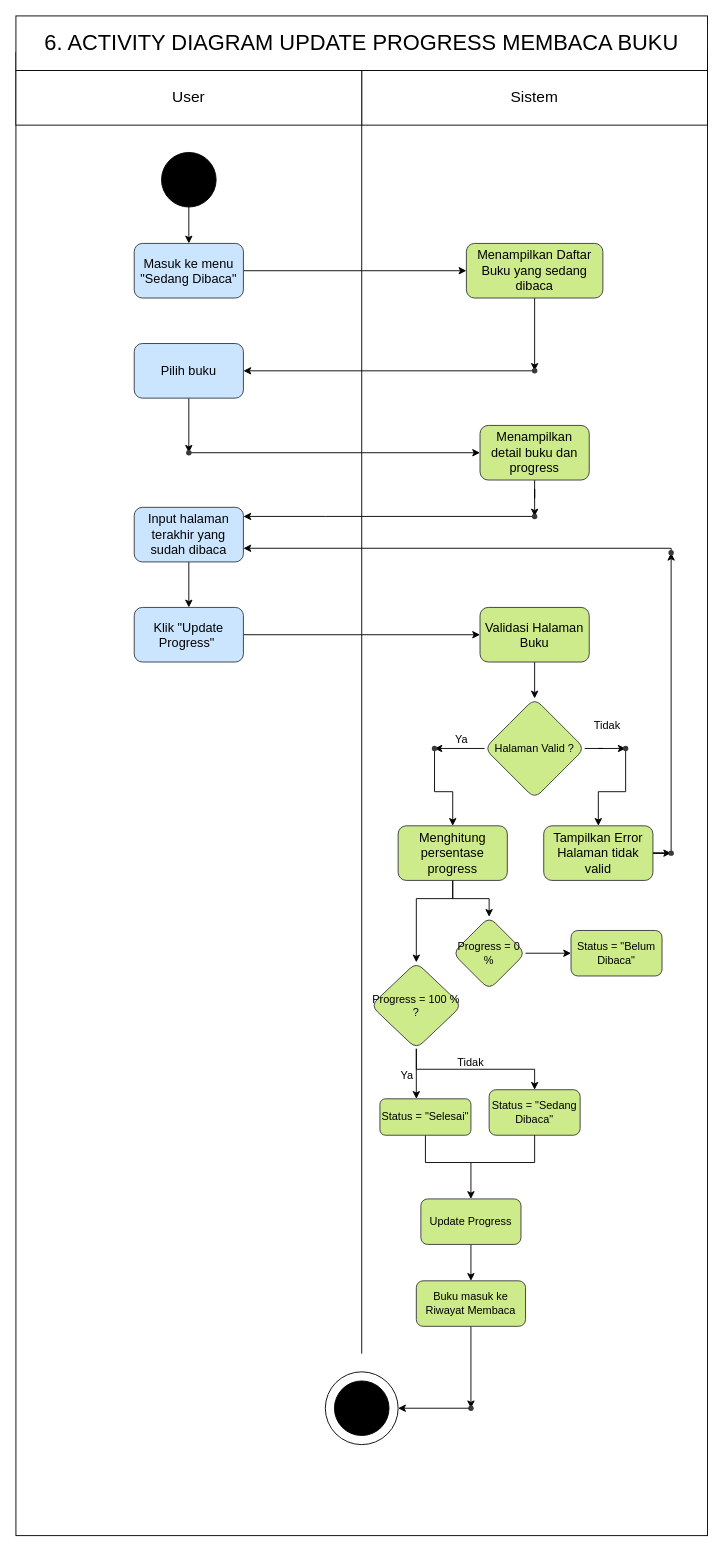
Above: UML/ACTIVITY DIAGRAM/UPDATE_PROGRESS_BUKU_Diagram.drawio in dandyramadhan/kel4_RPL_R7P (draw.io), before the change. Source tidied: cells renumbered, new cells numbered last; positions are measured from the earlier drawing's top-left corner, leaving out a move shared by most shapes. Both pictures are drawn from the tidied source at 91%, with x=0, y=0 at pixel (15, 15).
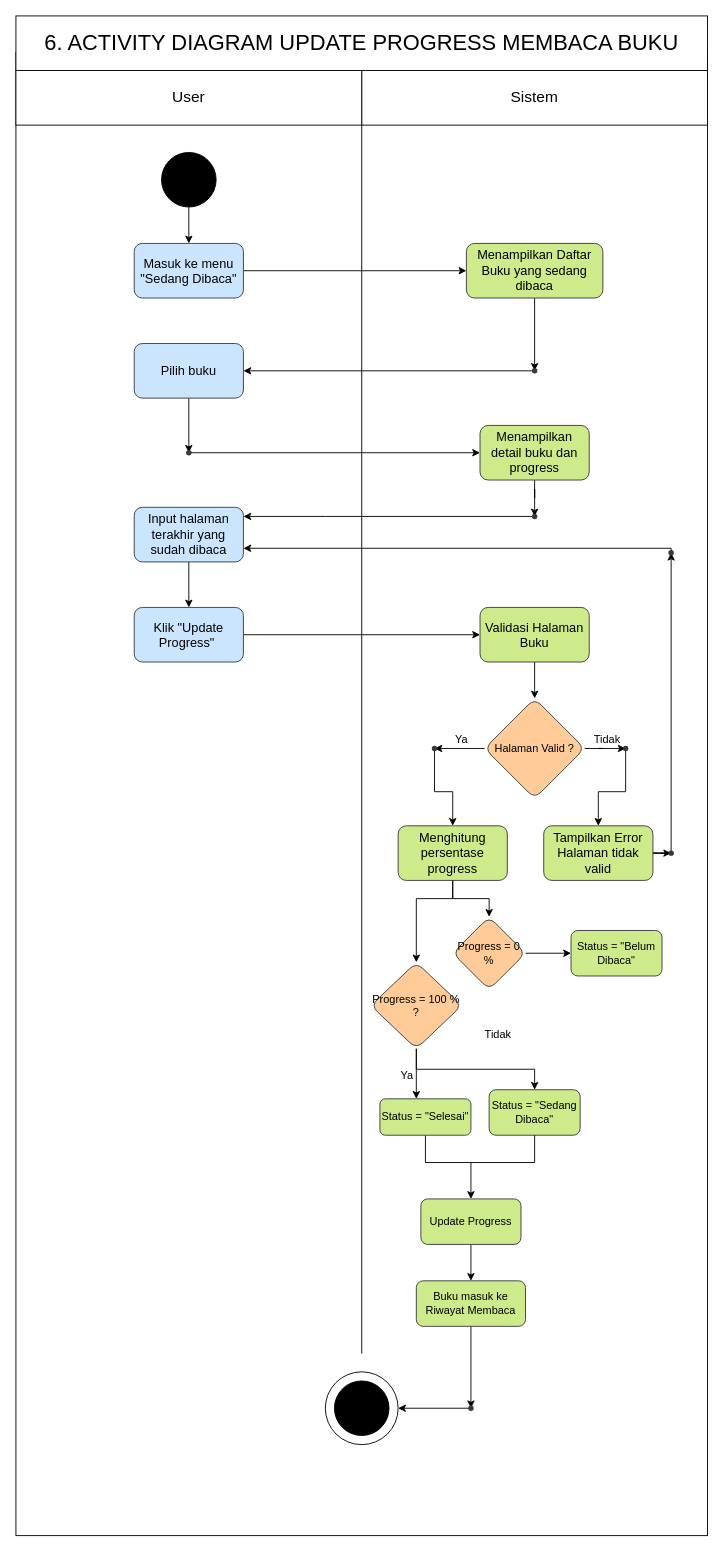
Above is the later version.

Commit message (it also covers changes not shown here):
update Activity Diagram

Diff of the diagram source:
```diff
@@
-    <mxCell id="31" value="Halaman Valid ?" style="rhombus;whiteSpace=wrap;html=1;shapeInside=1;rounded=1;roundedPerimeter=1;fillColor=#cdeb8b;strokeColor=#36393d;" parent="1" vertex="1">
+    <mxCell id="31" value="Halaman Valid ?" style="rhombus;whiteSpace=wrap;html=1;shapeInside=1;rounded=1;roundedPerimeter=1;fillColor=#ffcc99;strokeColor=#36393d;" parent="1" vertex="1">
       <mxGeometry x="515" y="750" width="110" height="110" as="geometry" />
     </mxCell>
@@
     <mxCell id="40" value="&lt;font&gt;Tidak&lt;/font&gt;" style="text;html=1;whiteSpace=wrap;strokeColor=none;fillColor=none;align=center;verticalAlign=middle;rounded=0;" parent="1" vertex="1">
-      <mxGeometry x="620" y="765" width="60" height="30" as="geometry" />
+      <mxGeometry x="620" y="780" width="60" height="30" as="geometry" />
     </mxCell>
@@
-    <mxCell id="47" value="Progress = 0 %" style="rhombus;whiteSpace=wrap;html=1;shapeInside=1;rounded=1;roundedPerimeter=1;fillColor=#cdeb8b;strokeColor=#36393d;" parent="1" vertex="1">
+    <mxCell id="47" value="Progress = 0 %" style="rhombus;whiteSpace=wrap;html=1;shapeInside=1;rounded=1;roundedPerimeter=1;fillColor=#ffcc99;strokeColor=#36393d;" parent="1" vertex="1">
       <mxGeometry x="480" y="990" width="80" height="80" as="geometry" />
     </mxCell>
@@
-    <mxCell id="50" value="Progress = 100 % ?" style="rhombus;whiteSpace=wrap;html=1;shapeInside=1;rounded=1;roundedPerimeter=1;fillColor=#cdeb8b;strokeColor=#36393d;" parent="1" vertex="1">
+    <mxCell id="50" value="Progress = 100 % ?" style="rhombus;whiteSpace=wrap;html=1;shapeInside=1;rounded=1;roundedPerimeter=1;fillColor=#ffcc99;strokeColor=#36393d;" parent="1" vertex="1">
       <mxGeometry x="390" y="1040" width="100" height="95" as="geometry" />
     </mxCell>
@@
     <mxCell id="57" value="Tidak" style="text;html=1;whiteSpace=wrap;strokeColor=none;fillColor=none;align=center;verticalAlign=middle;rounded=0;" parent="1" vertex="1">
-      <mxGeometry x="470" y="1135" width="60" height="30" as="geometry" />
+      <mxGeometry x="500" y="1105" width="60" height="30" as="geometry" />
     </mxCell>
```
